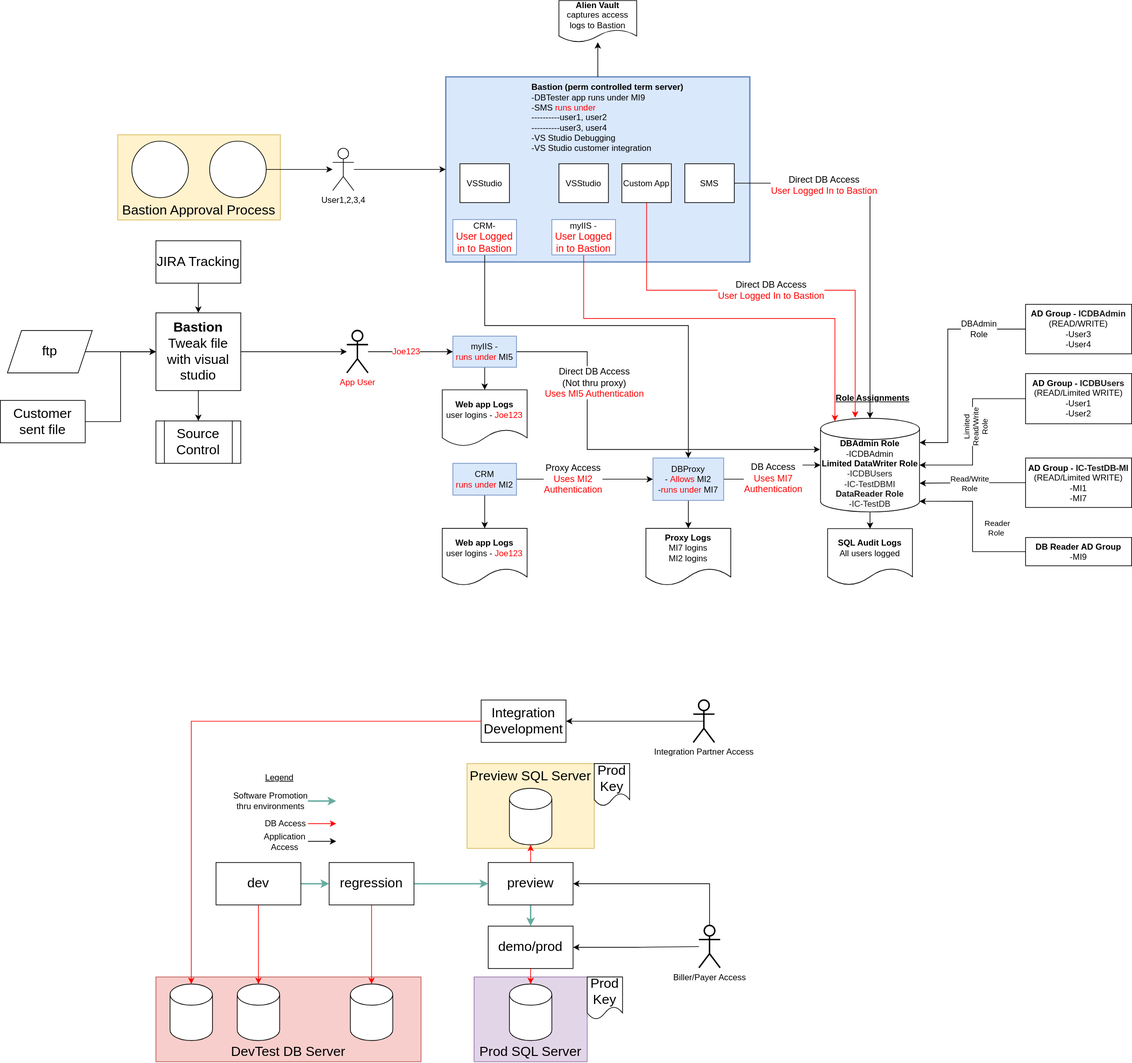
Before: SOXMIFlowAndEnvironments.svg, a diagram exported from draw.io (vjavle/invoicecloud). Source tidied: cells renumbered, new cells last; positions are measured from the earlier drawing's top-left corner, leaving out a move shared by most shapes.
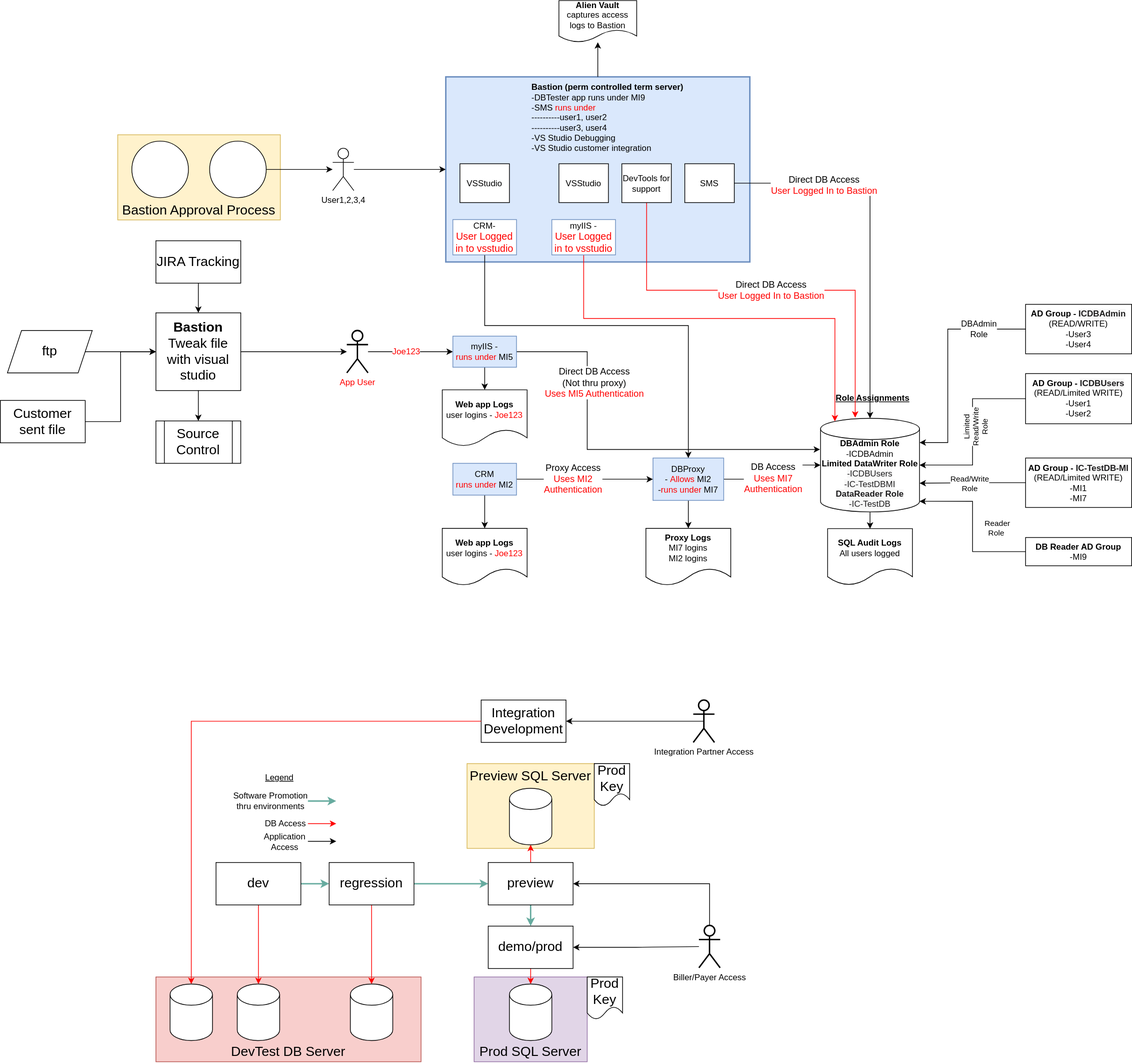
After the change.

What changed in the source:
```diff
@@ -329,7 +329,7 @@
         <mxPoint x="80" y="-3" as="offset" />
       </mxGeometry>
     </mxCell>
-    <mxCell id="95" value="Custom App" style="rounded=0;whiteSpace=wrap;html=1;" parent="1" vertex="1">
+    <mxCell id="95" value="DevTools for support" style="rounded=0;whiteSpace=wrap;html=1;" parent="1" vertex="1">
       <mxGeometry x="879" y="231" width="70" height="55" as="geometry" />
     </mxCell>
     <mxCell id="96" value="SMS" style="rounded=0;whiteSpace=wrap;html=1;" parent="1" vertex="1">
@@ -343,7 +343,7 @@
         </Array>
       </mxGeometry>
     </mxCell>
-    <mxCell id="98" value="myIIS - &lt;br&gt;&lt;span style=&quot;color: rgb(255 , 0 , 0) ; font-size: 14px ; background-color: rgb(255 , 255 , 255)&quot;&gt;User Logged in to Bastion&lt;/span&gt;" style="rounded=0;whiteSpace=wrap;html=1;fillColor=default;strokeColor=#6c8ebf;" parent="1" vertex="1">
+    <mxCell id="98" value="myIIS - &lt;br&gt;&lt;span style=&quot;color: rgb(255 , 0 , 0) ; font-size: 14px ; background-color: rgb(255 , 255 , 255)&quot;&gt;User Logged in to vsstudio&lt;/span&gt;" style="rounded=0;whiteSpace=wrap;html=1;fillColor=default;strokeColor=#6c8ebf;" parent="1" vertex="1">
       <mxGeometry x="780" y="310" width="90" height="50" as="geometry" />
     </mxCell>
     <mxCell id="99" value="VSStudio" style="rounded=0;whiteSpace=wrap;html=1;" parent="1" vertex="1">
@@ -357,7 +357,7 @@
         </Array>
       </mxGeometry>
     </mxCell>
-    <mxCell id="101" value="CRM- &lt;br&gt;&lt;span style=&quot;color: rgb(255 , 0 , 0) ; font-size: 14px ; background-color: rgb(255 , 255 , 255)&quot;&gt;User Logged in to Bastion&lt;/span&gt;" style="rounded=0;whiteSpace=wrap;html=1;fillColor=default;strokeColor=#6c8ebf;" parent="1" vertex="1">
+    <mxCell id="101" value="CRM- &lt;br&gt;&lt;span style=&quot;color: rgb(255 , 0 , 0) ; font-size: 14px ; background-color: rgb(255 , 255 , 255)&quot;&gt;User Logged in to vsstudio&lt;/span&gt;" style="rounded=0;whiteSpace=wrap;html=1;fillColor=default;strokeColor=#6c8ebf;" parent="1" vertex="1">
       <mxGeometry x="640" y="310" width="90" height="50" as="geometry" />
     </mxCell>
     <mxCell id="102" value="&lt;b&gt;Web app Logs&lt;/b&gt;&lt;br&gt;user logins - &lt;font color=&quot;#ff0000&quot;&gt;Joe123&lt;/font&gt;" style="shape=document;whiteSpace=wrap;html=1;boundedLbl=1;fontColor=#000000;" parent="1" vertex="1">
```
